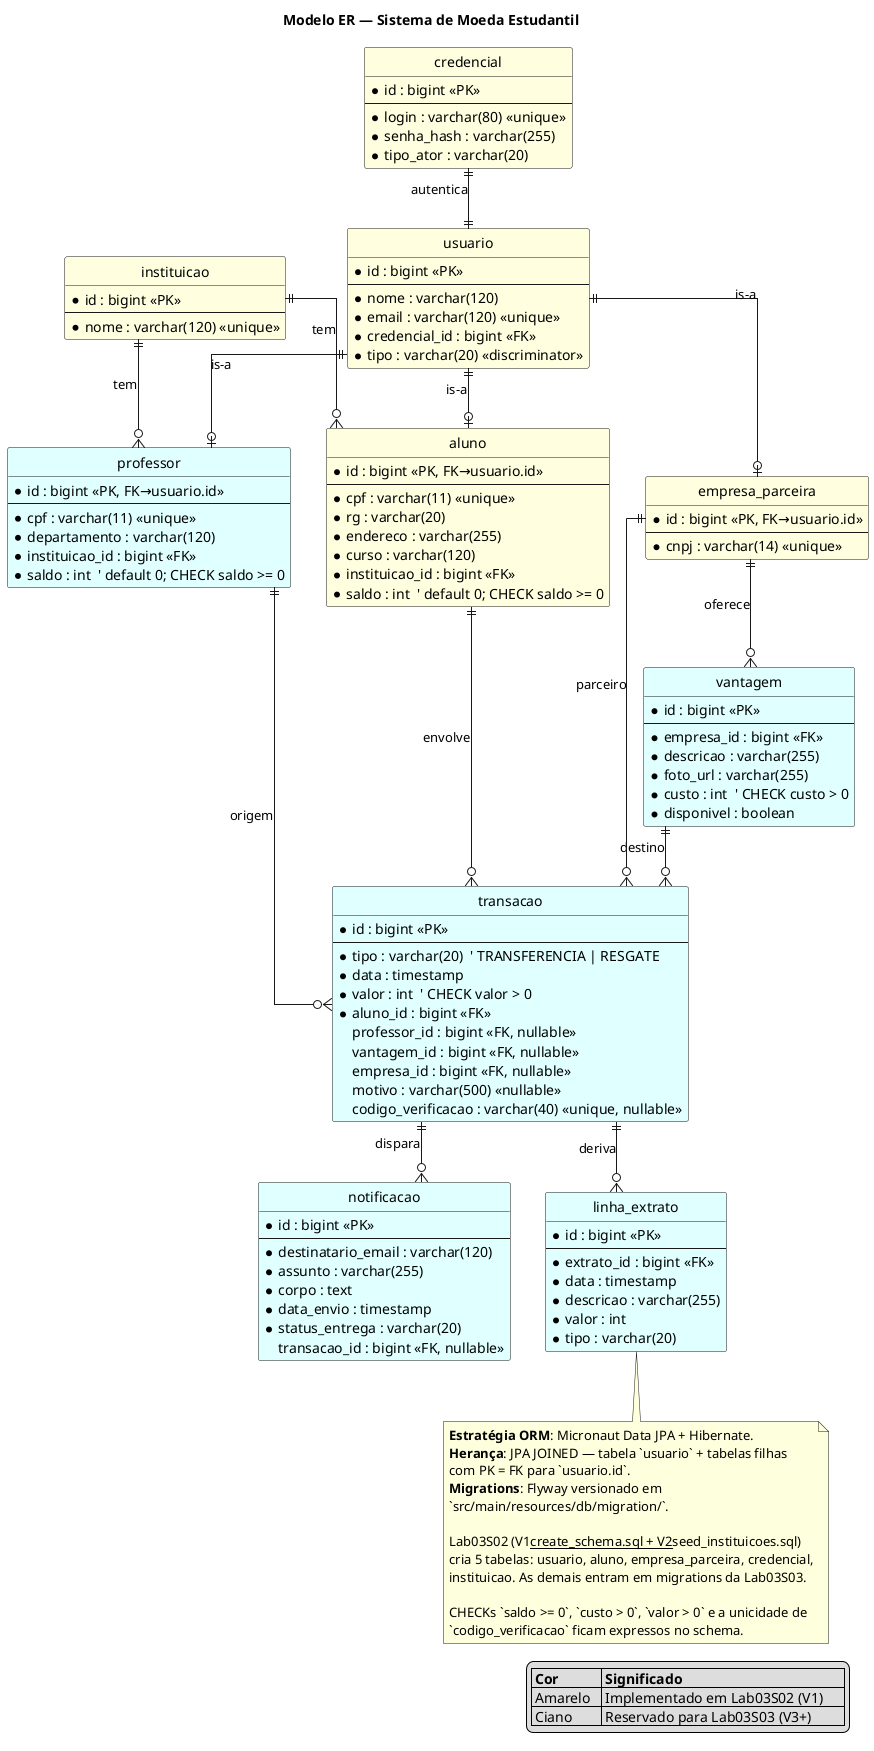
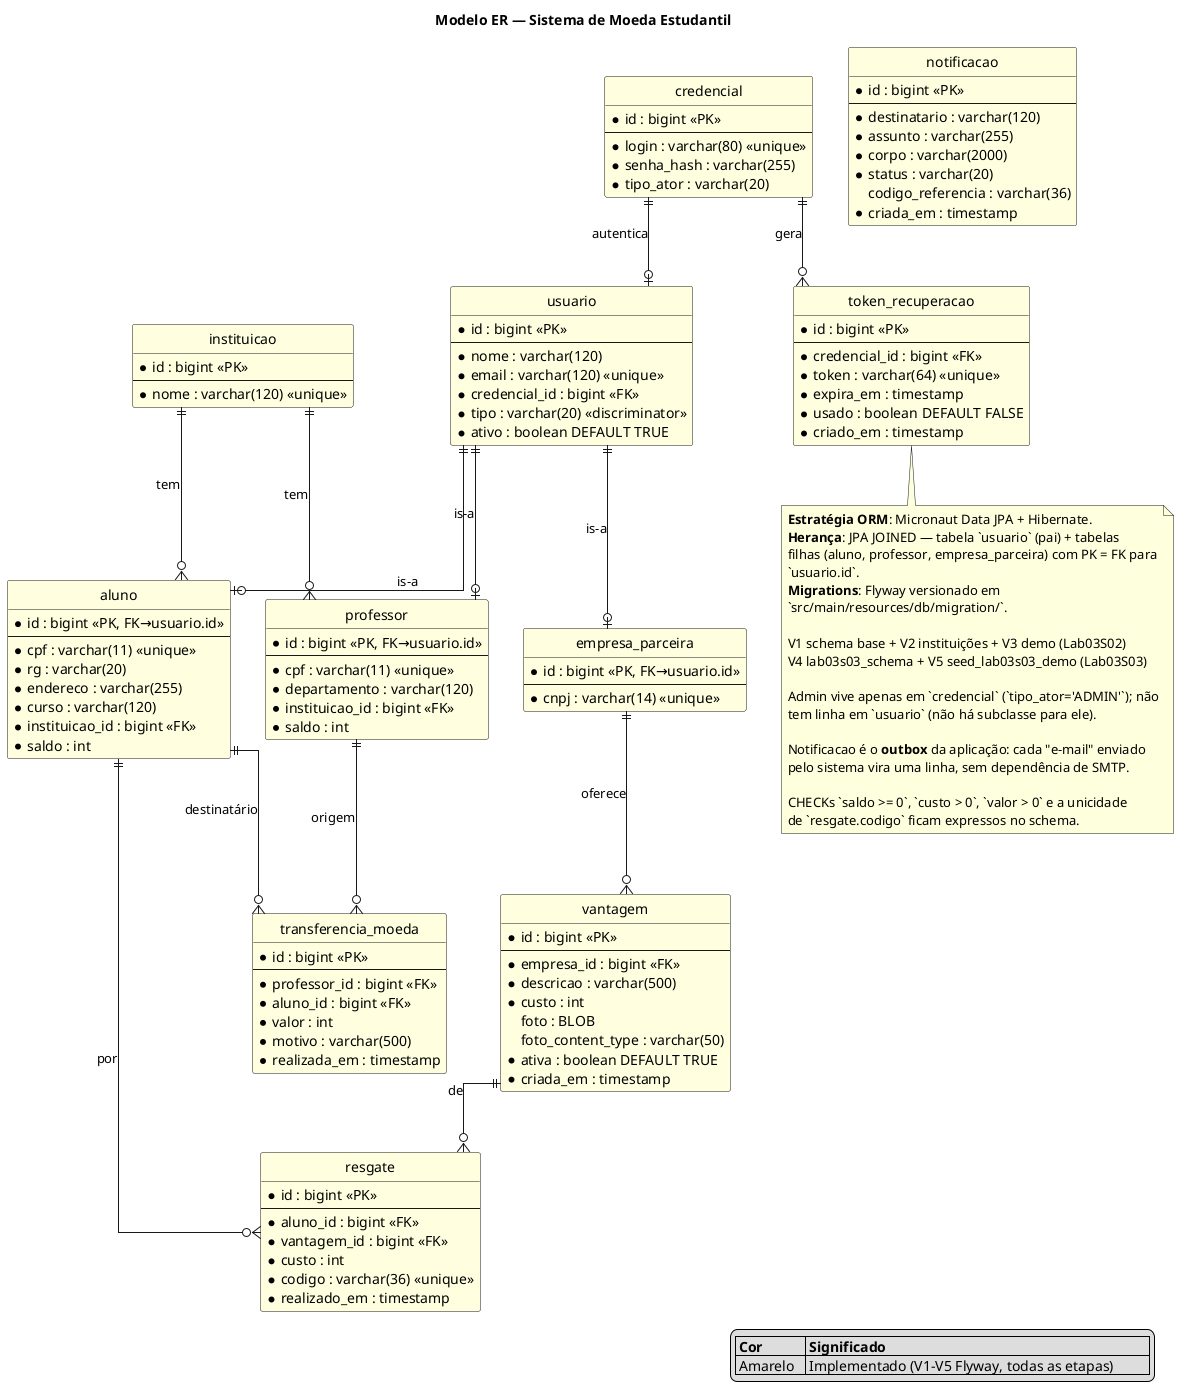
@startuml er
' Modelo ER (lógico, IE/Crow's Foot) — Sistema de Moeda Estudantil
- ' Lab03S02. Reflete a herança JPA JOINED da hierarquia Usuario:
- ' tabela "usuario" (pai) + tabelas filhas (aluno, professor, empresa_parceira)
- ' com PK que também é FK para usuario.id.
+ ' Lab03S03 final. Schema implementado em V1, V2, V3 (Lab03S02) +
+ ' V4, V5 (Lab03S03). Reflete a herança JPA JOINED.

skinparam shadowing false
skinparam linetype ortho
hide circle
title Modelo ER — Sistema de Moeda Estudantil
- 
- ' === Tabelas implementadas em Lab03S02 ===

entity "usuario" as usuario #LightYellow {
  *id : bigint <<PK>>
  --
  *nome : varchar(120)
  *email : varchar(120) <<unique>>
  *credencial_id : bigint <<FK>>
  *tipo : varchar(20) <<discriminator>>
-   ' tipo ∈ {ALUNO, PROFESSOR, EMPRESA_PARCEIRA}
+   *ativo : boolean DEFAULT TRUE
}

entity "aluno" as aluno #LightYellow {
  *id : bigint <<PK, FK→usuario.id>>
  --
  *cpf : varchar(11) <<unique>>
  *rg : varchar(20)
  *endereco : varchar(255)
  *curso : varchar(120)
  *instituicao_id : bigint <<FK>>
-   *saldo : int  ' default 0; CHECK saldo >= 0
+   *saldo : int
}

- entity "professor" as professor #LightCyan {
+ entity "professor" as professor #LightYellow {
  *id : bigint <<PK, FK→usuario.id>>
  --
  *cpf : varchar(11) <<unique>>
  *departamento : varchar(120)
  *instituicao_id : bigint <<FK>>
-   *saldo : int  ' default 0; CHECK saldo >= 0
+   *saldo : int
}

entity "empresa_parceira" as empresa #LightYellow {
  *id : bigint <<PK, FK→usuario.id>>
  --
  *cnpj : varchar(14) <<unique>>
}

entity "credencial" as credencial #LightYellow {
  *id : bigint <<PK>>
  --
  *login : varchar(80) <<unique>>
  *senha_hash : varchar(255)
  *tipo_ator : varchar(20)
}

entity "instituicao" as instituicao #LightYellow {
  *id : bigint <<PK>>
  --
  *nome : varchar(120) <<unique>>
}

- ' === Tabelas para Lab03S03 ===
- 
- entity "vantagem" as vantagem #LightCyan {
+ entity "vantagem" as vantagem #LightYellow {
  *id : bigint <<PK>>
  --
  *empresa_id : bigint <<FK>>
-   *descricao : varchar(255)
-   *foto_url : varchar(255)
-   *custo : int  ' CHECK custo > 0
-   *disponivel : boolean
+   *descricao : varchar(500)
+   *custo : int
+   foto : BLOB
+   foto_content_type : varchar(50)
+   *ativa : boolean DEFAULT TRUE
+   *criada_em : timestamp
}

- entity "transacao" as transacao #LightCyan {
+ entity "transferencia_moeda" as transferencia #LightYellow {
  *id : bigint <<PK>>
  --
-   *tipo : varchar(20)  ' TRANSFERENCIA | RESGATE
-   *data : timestamp
-   *valor : int  ' CHECK valor > 0
+   *professor_id : bigint <<FK>>
  *aluno_id : bigint <<FK>>
-   professor_id : bigint <<FK, nullable>>
-   vantagem_id : bigint <<FK, nullable>>
-   empresa_id : bigint <<FK, nullable>>
-   motivo : varchar(500) <<nullable>>
-   codigo_verificacao : varchar(40) <<unique, nullable>>
+   *valor : int
+   *motivo : varchar(500)
+   *realizada_em : timestamp
}

- entity "notificacao" as notificacao #LightCyan {
+ entity "resgate" as resgate #LightYellow {
  *id : bigint <<PK>>
  --
-   *destinatario_email : varchar(120)
-   *assunto : varchar(255)
-   *corpo : text
-   *data_envio : timestamp
-   *status_entrega : varchar(20)
-   ' PENDENTE | ENTREGUE | FALHA
-   transacao_id : bigint <<FK, nullable>>
+   *aluno_id : bigint <<FK>>
+   *vantagem_id : bigint <<FK>>
+   *custo : int
+   *codigo : varchar(36) <<unique>>
+   *realizado_em : timestamp
}

- entity "linha_extrato" as linha_extrato #LightCyan {
+ entity "notificacao" as notificacao #LightYellow {
  *id : bigint <<PK>>
  --
-   *extrato_id : bigint <<FK>>
-   *data : timestamp
-   *descricao : varchar(255)
-   *valor : int
-   *tipo : varchar(20)
+   *destinatario : varchar(120)
+   *assunto : varchar(255)
+   *corpo : varchar(2000)
+   *status : varchar(20)
+   codigo_referencia : varchar(36)
+   *criada_em : timestamp
}

- ' === Relacionamentos ===
+ entity "token_recuperacao" as token #LightYellow {
+   *id : bigint <<PK>>
+   --
+   *credencial_id : bigint <<FK>>
+   *token : varchar(64) <<unique>>
+   *expira_em : timestamp
+   *usado : boolean DEFAULT FALSE
+   *criado_em : timestamp
+ }

' Herança JOINED: PK das filhas é FK para usuario
usuario ||--o| aluno              : "is-a"
usuario ||--o| professor          : "is-a"
usuario ||--o| empresa            : "is-a"

- ' Cada usuario tem uma credencial (1:1)
- credencial ||--|| usuario         : "autentica"
+ ' Credencial 1:1 com Usuario (admin é credencial sem usuario)
+ credencial ||--o| usuario         : "autentica"

' Instituicao agrega alunos e professores
instituicao ||--o{ aluno          : "tem"
instituicao ||--o{ professor      : "tem"

- ' Empresa oferece vantagens (Sprint 3)
+ ' Empresa oferece vantagens
empresa ||--o{ vantagem           : "oferece"

- ' Transações envolvem aluno (sempre) e professor/vantagem/empresa (conforme tipo)
- aluno ||--o{ transacao            : "envolve"
- professor ||--o{ transacao        : "origem"
- vantagem ||--o{ transacao         : "destino"
- empresa ||--o{ transacao          : "parceiro"
+ ' Transferência: professor → aluno
+ professor ||--o{ transferencia    : "origem"
+ aluno     ||--o{ transferencia    : "destinatário"

- ' Notificações geradas por transações
- transacao ||--o{ notificacao      : "dispara"
+ ' Resgate: aluno → vantagem
+ aluno    ||--o{ resgate           : "por"
+ vantagem ||--o{ resgate           : "de"

- ' Linhas de extrato compostas por transações
- transacao ||--o{ linha_extrato    : "deriva"
+ ' Token de recuperação pertence a uma credencial
+ credencial ||--o{ token           : "gera"

legend right
-   |= Cor      |= Significado                       |
-   | Amarelo   | Implementado em Lab03S02 (V1)      |
-   | Ciano     | Reservado para Lab03S03 (V3+)      |
+   |= Cor      |= Significado                                          |
+   | Amarelo   | Implementado (V1–V5 Flyway, todas as etapas)          |
endlegend

note bottom
  **Estratégia ORM**: Micronaut Data JPA + Hibernate.
-   **Herança**: JPA JOINED — tabela `usuario` + tabelas filhas
-   com PK = FK para `usuario.id`.
+   **Herança**: JPA JOINED — tabela `usuario` (pai) + tabelas
+   filhas (aluno, professor, empresa_parceira) com PK = FK para
+   `usuario.id`.
  **Migrations**: Flyway versionado em
  `src/main/resources/db/migration/`.

-   Lab03S02 (V1__create_schema.sql + V2__seed_instituicoes.sql)
-   cria 5 tabelas: usuario, aluno, empresa_parceira, credencial,
-   instituicao. As demais entram em migrations da Lab03S03.
+   V1 schema base + V2 instituições + V3 demo (Lab03S02)
+   V4 lab03s03_schema + V5 seed_lab03s03_demo (Lab03S03)

-   CHECKs `saldo >= 0`, `custo > 0`, `valor > 0` e a unicidade de
-   `codigo_verificacao` ficam expressos no schema.
+   Admin vive apenas em `credencial` (`tipo_ator='ADMIN'`); não
+   tem linha em `usuario` (não há subclasse para ele).
+ 
+   Notificacao é o **outbox** da aplicação: cada "e-mail" enviado
+   pelo sistema vira uma linha, sem dependência de SMTP.
+ 
+   CHECKs `saldo >= 0`, `custo > 0`, `valor > 0` e a unicidade
+   de `resgate.codigo` ficam expressos no schema.
end note

@enduml
